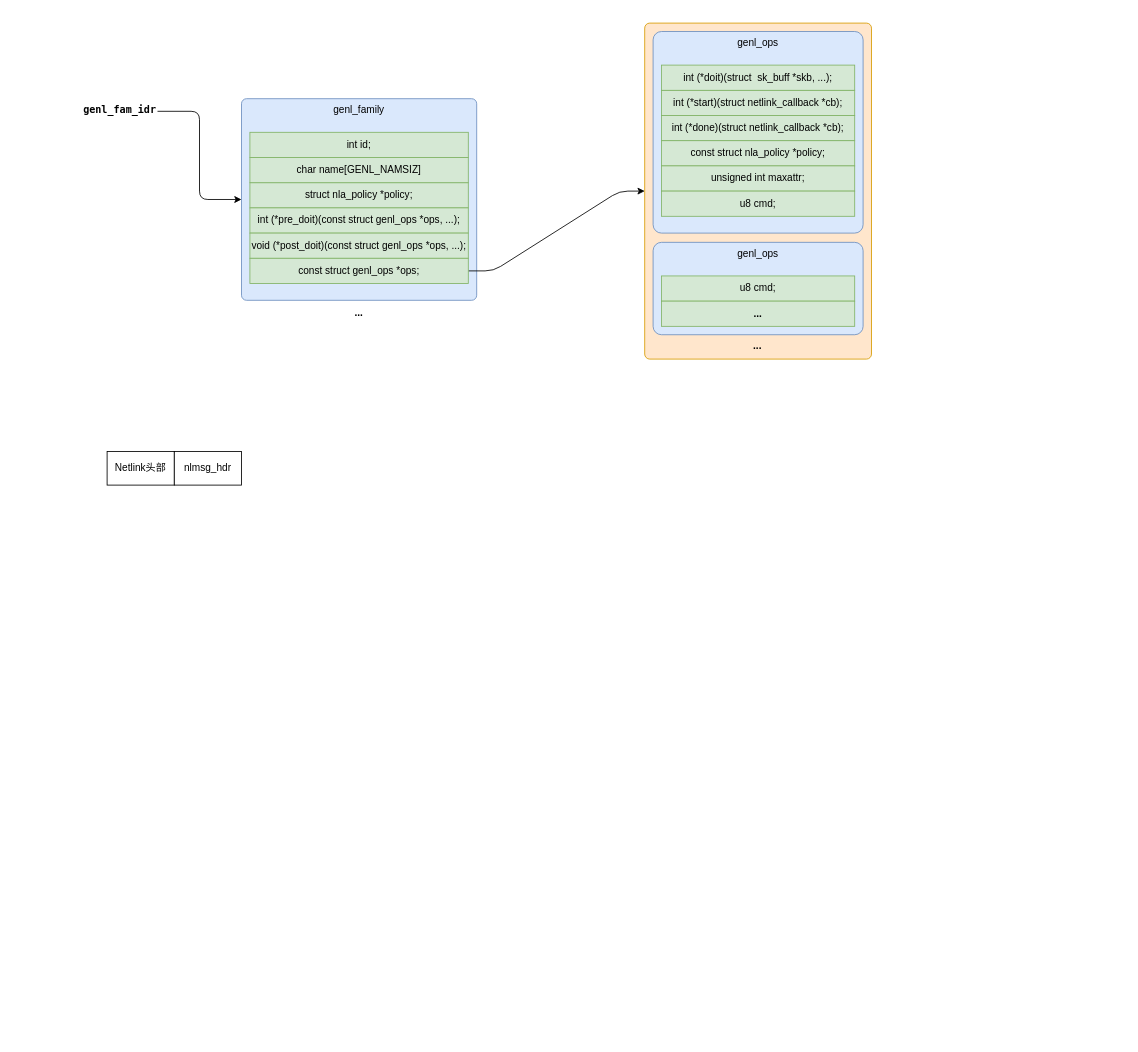
Earlier version of the draw.io diagram page "genl数据结构" (4 of 5) of Netlink.drawio (Aspiresky/draw.io). Source tidied: cells renumbered, new cells numbered last; positions are measured from the earlier drawing's top-left corner, leaving out a move shared by most shapes. Both pictures are drawn from the tidied source at 84%, with x=0, y=0 at pixel (81, 23).
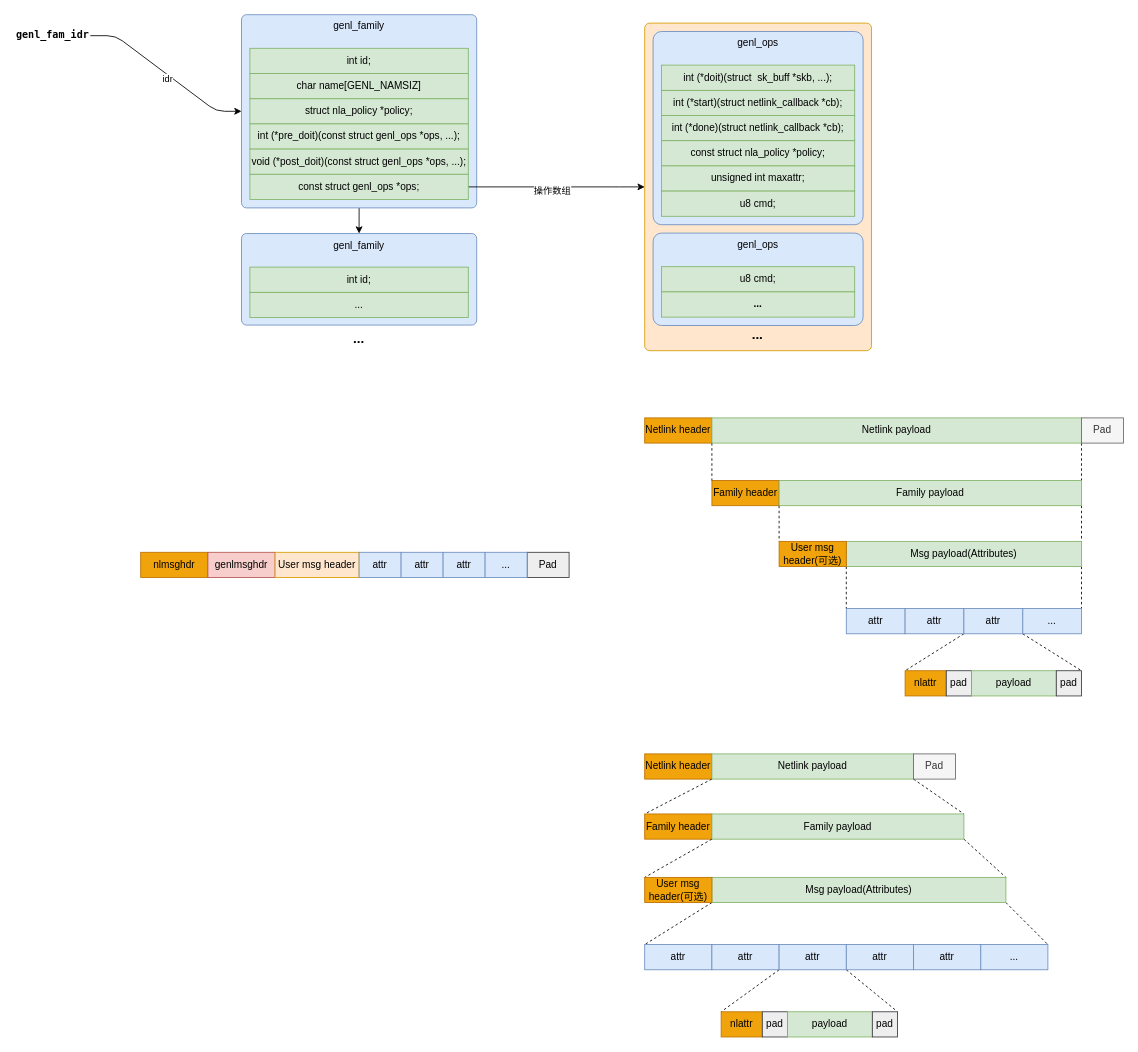
Above is the later version.

The change refers to these unchanged cells:
```xml
<mxCell id="6" style="edgeStyle=entityRelationEdgeStyle;rounded=1;jettySize=auto;html=1;exitX=1;exitY=0.5;exitDx=0;exitDy=0;entryX=0;entryY=0.5;entryDx=0;entryDy=0;" parent="1" edge="1" source="7" target="13">
  <mxGeometry relative="1" as="geometry" />
</mxCell>
```

Diff of the diagram source:
```diff
@@
+    <mxCell id="27" style="edgeStyle=none;rounded=0;jettySize=auto;html=1;exitX=0.5;exitY=1;exitDx=0;exitDy=0;entryX=0.5;entryY=0;entryDx=0;entryDy=0;" parent="1" edge="1" source="2" target="87">
+      <mxGeometry relative="1" as="geometry" />
+    </mxCell>
     <mxCell id="2" value="genl_family" style="rounded=1;whiteSpace=wrap;html=1;verticalAlign=top;arcSize=12;absoluteArcSize=1;fillColor=#dae8fc;strokeColor=#6c8ebf;" parent="1" vertex="1">
-      <mxGeometry x="190" y="90" width="280" height="240" as="geometry" />
+      <mxGeometry x="190" y="-10" width="280" height="230" as="geometry" />
     </mxCell>
     <mxCell id="3" value="struct nla_policy *policy;" style="rounded=0;whiteSpace=wrap;html=1;fillColor=#d5e8d4;strokeColor=#82b366;" parent="1" vertex="1">
-      <mxGeometry x="200" y="190" width="260" height="30" as="geometry" />
+      <mxGeometry x="200" y="90" width="260" height="30" as="geometry" />
     </mxCell>
     <mxCell id="4" value="int (*pre_doit)(const struct genl_ops *ops, ...);" style="rounded=0;whiteSpace=wrap;html=1;fillColor=#d5e8d4;strokeColor=#82b366;" parent="1" vertex="1">
-      <mxGeometry x="200" y="220" width="260" height="30" as="geometry" />
+      <mxGeometry x="200" y="120" width="260" height="30" as="geometry" />
     </mxCell>
     <mxCell id="5" value="void (*post_doit)(const struct genl_ops *ops, ...);" style="rounded=0;whiteSpace=wrap;html=1;fillColor=#d5e8d4;strokeColor=#82b366;" parent="1" vertex="1">
-      <mxGeometry x="200" y="250" width="260" height="30" as="geometry" />
+      <mxGeometry x="200" y="150" width="260" height="30" as="geometry" />
     </mxCell>
@@
+    <mxCell id="28" value="操作数组" style="edgeLabel;html=1;align=center;verticalAlign=middle;" parent="6" vertex="1">
+      <mxGeometry x="-0.06" y="-4" relative="1" as="geometry" />
+    </mxCell>
     <mxCell id="7" value="const struct genl_ops *ops;" style="rounded=0;whiteSpace=wrap;html=1;fillColor=#d5e8d4;strokeColor=#82b366;" parent="1" vertex="1">
-      <mxGeometry x="200" y="280" width="260" height="30" as="geometry" />
+      <mxGeometry x="200" y="180" width="260" height="30" as="geometry" />
     </mxCell>
     <mxCell id="8" value="char name[GENL_NAMSIZ]" style="rounded=0;whiteSpace=wrap;html=1;fillColor=#d5e8d4;strokeColor=#82b366;" parent="1" vertex="1">
-      <mxGeometry x="200" y="160" width="260" height="30" as="geometry" />
+      <mxGeometry x="200" y="60" width="260" height="30" as="geometry" />
     </mxCell>
     <mxCell id="9" value="int id;" style="rounded=0;whiteSpace=wrap;html=1;fillColor=#d5e8d4;strokeColor=#82b366;" parent="1" vertex="1">
-      <mxGeometry x="200" y="130" width="260" height="30" as="geometry" />
+      <mxGeometry x="200" y="30" width="260" height="30" as="geometry" />
     </mxCell>
-    <mxCell id="10" style="edgeStyle=orthogonalEdgeStyle;rounded=1;jettySize=auto;html=1;exitX=1;exitY=0.5;exitDx=0;exitDy=0;entryX=0;entryY=0.5;entryDx=0;entryDy=0;curved=0;" parent="1" edge="1" source="11" target="2">
+    <mxCell id="10" style="edgeStyle=entityRelationEdgeStyle;rounded=1;jettySize=auto;html=1;exitX=1;exitY=0.5;exitDx=0;exitDy=0;entryX=0;entryY=0.5;entryDx=0;entryDy=0;" parent="1" edge="1" source="11" target="2">
       <mxGeometry relative="1" as="geometry" />
     </mxCell>
+    <mxCell id="29" value="idr" style="edgeLabel;html=1;align=center;verticalAlign=middle;" parent="10" vertex="1">
+      <mxGeometry x="0.05" y="-5" relative="1" as="geometry">
+        <mxPoint y="-1" as="offset" />
+      </mxGeometry>
+    </mxCell>
     <mxCell id="11" value="genl_fam_idr" style="text;whiteSpace=wrap;fontStyle=1;fontFamily=Lucida Console;rounded=0;" parent="1" vertex="1">
-      <mxGeometry y="90" width="90" height="30" as="geometry" />
+      <mxGeometry x="-80" width="90" height="30" as="geometry" />
     </mxCell>
-    <mxCell id="12" value="..." style="rounded=0;whiteSpace=wrap;html=1;opacity=0;fontStyle=1;" parent="1" vertex="1">
-      <mxGeometry x="190" y="330" width="280" height="30" as="geometry" />
+    <mxCell id="12" value="..." style="rounded=0;whiteSpace=wrap;html=1;opacity=0;fontStyle=1;fontSize=16;" parent="1" vertex="1">
+      <mxGeometry x="190" y="360" width="280" height="30" as="geometry" />
     </mxCell>
     <mxCell id="13" style="rounded=1;whiteSpace=wrap;html=1;fillOpacity=100;strokeOpacity=100;arcSize=12;absoluteArcSize=1;fillColor=#ffe6cc;strokeColor=#d79b00;" parent="1" vertex="1">
-      <mxGeometry x="670" width="270" height="400" as="geometry" />
+      <mxGeometry x="670" width="270" height="390" as="geometry" />
     </mxCell>
     <mxCell id="14" value="genl_ops" style="rounded=1;whiteSpace=wrap;html=1;verticalAlign=top;absoluteArcSize=1;fillColor=#dae8fc;strokeColor=#6c8ebf;" parent="1" vertex="1">
-      <mxGeometry x="680" y="10" width="250" height="240" as="geometry" />
+      <mxGeometry x="680" y="10" width="250" height="230" as="geometry" />
     </mxCell>
@@
     <mxCell id="21" value="genl_ops" style="rounded=1;whiteSpace=wrap;html=1;verticalAlign=top;absoluteArcSize=1;fillColor=#dae8fc;strokeColor=#6c8ebf;" parent="1" vertex="1">
-      <mxGeometry x="680" y="261" width="250" height="110" as="geometry" />
+      <mxGeometry x="680" y="250" width="250" height="110" as="geometry" />
     </mxCell>
     <mxCell id="22" value="u8 cmd;" style="rounded=0;whiteSpace=wrap;html=1;fillColor=#d5e8d4;strokeColor=#82b366;" parent="1" vertex="1">
-      <mxGeometry x="690" y="301" width="230" height="30" as="geometry" />
+      <mxGeometry x="690" y="290" width="230" height="30" as="geometry" />
     </mxCell>
     <mxCell id="23" value="..." style="rounded=0;whiteSpace=wrap;html=1;fontStyle=1;fillColor=#d5e8d4;strokeColor=#82b366;" parent="1" vertex="1">
-      <mxGeometry x="690" y="331" width="230" height="30" as="geometry" />
+      <mxGeometry x="690" y="320" width="230" height="30" as="geometry" />
     </mxCell>
-    <mxCell id="24" value="..." style="rounded=0;whiteSpace=wrap;html=1;opacity=0;fontStyle=1;" parent="1" vertex="1">
-      <mxGeometry x="689" y="371" width="231" height="25" as="geometry" />
+    <mxCell id="24" value="..." style="rounded=0;whiteSpace=wrap;html=1;opacity=0;fontStyle=1;fontSize=16;" parent="1" vertex="1">
+      <mxGeometry x="689" y="360" width="231" height="20" as="geometry" />
     </mxCell>
-    <mxCell id="25" value="Netlink头部" style="rounded=0;whiteSpace=wrap;html=1;" parent="1" vertex="1">
-      <mxGeometry x="30" y="510" width="80" height="40" as="geometry" />
-    </mxCell>
-    <mxCell id="26" value="nlmsg_hdr" style="rounded=0;whiteSpace=wrap;html=1;" parent="1" vertex="1">
-      <mxGeometry x="110" y="510" width="80" height="40" as="geometry" />
-    </mxCell>
+    <mxCell id="30" value="Netlink header" style="rounded=0;whiteSpace=wrap;html=1;fillColor=#f0a30a;fontColor=#000000;strokeColor=#BD7000;" parent="1" vertex="1">
+      <mxGeometry x="670" y="870" width="80" height="30" as="geometry" />
+    </mxCell>
+    <mxCell id="31" value="Family header" style="rounded=0;whiteSpace=wrap;html=1;fillColor=#f0a30a;strokeColor=#BD7000;fontColor=#000000;" parent="1" vertex="1">
+      <mxGeometry x="670" y="941.5" width="80" height="30" as="geometry" />
+    </mxCell>
+    <mxCell id="32" style="edgeStyle=none;rounded=0;jettySize=auto;html=1;exitX=0;exitY=1;exitDx=0;exitDy=0;entryX=0;entryY=0;entryDx=0;entryDy=0;endArrow=none;endFill=0;dashed=1;" parent="1" edge="1" source="34" target="31">
+      <mxGeometry relative="1" as="geometry" />
+    </mxCell>
+    <mxCell id="33" style="edgeStyle=none;rounded=0;jettySize=auto;html=1;exitX=1;exitY=1;exitDx=0;exitDy=0;entryX=1;entryY=0;entryDx=0;entryDy=0;endArrow=none;endFill=0;dashed=1;" parent="1" edge="1" source="34" target="38">
+      <mxGeometry relative="1" as="geometry" />
+    </mxCell>
+    <mxCell id="34" value="Netlink payload" style="rounded=0;whiteSpace=wrap;html=1;fillColor=#d5e8d4;strokeColor=#82b366;" parent="1" vertex="1">
+      <mxGeometry x="750" y="870" width="240" height="30" as="geometry" />
+    </mxCell>
+    <mxCell id="35" value="Pad" style="rounded=0;whiteSpace=wrap;html=1;fillColor=#f5f5f5;fontColor=#333333;strokeColor=#666666;" parent="1" vertex="1">
+      <mxGeometry x="990" y="870" width="50" height="30" as="geometry" />
+    </mxCell>
+    <mxCell id="36" style="edgeStyle=none;rounded=0;jettySize=auto;html=1;exitX=0;exitY=1;exitDx=0;exitDy=0;entryX=0;entryY=0;entryDx=0;entryDy=0;endArrow=none;endFill=0;dashed=1;" parent="1" edge="1" source="38" target="42">
+      <mxGeometry relative="1" as="geometry" />
+    </mxCell>
+    <mxCell id="37" style="edgeStyle=none;rounded=0;jettySize=auto;html=1;exitX=1;exitY=1;exitDx=0;exitDy=0;entryX=1;entryY=0;entryDx=0;entryDy=0;endArrow=none;endFill=0;dashed=1;" parent="1" edge="1" source="38" target="41">
+      <mxGeometry relative="1" as="geometry" />
+    </mxCell>
+    <mxCell id="38" value="Family payload" style="rounded=0;whiteSpace=wrap;html=1;fillColor=#d5e8d4;strokeColor=#82b366;" parent="1" vertex="1">
+      <mxGeometry x="750" y="941.5" width="300" height="30" as="geometry" />
+    </mxCell>
+    <mxCell id="39" style="edgeStyle=none;rounded=0;jettySize=auto;html=1;exitX=0;exitY=1;exitDx=0;exitDy=0;entryX=0;entryY=0;entryDx=0;entryDy=0;endArrow=none;endFill=0;dashed=1;" parent="1" edge="1" source="41" target="44">
+      <mxGeometry relative="1" as="geometry" />
+    </mxCell>
+    <mxCell id="40" style="edgeStyle=none;rounded=0;jettySize=auto;html=1;exitX=1;exitY=1;exitDx=0;exitDy=0;entryX=1;entryY=0;entryDx=0;entryDy=0;endArrow=none;endFill=0;dashed=1;" parent="1" edge="1" source="41" target="49">
+      <mxGeometry relative="1" as="geometry" />
+    </mxCell>
+    <mxCell id="41" value="Msg payload(Attributes)" style="rounded=0;whiteSpace=wrap;html=1;fillColor=#d5e8d4;strokeColor=#82b366;" parent="1" vertex="1">
+      <mxGeometry x="750" y="1017" width="350" height="30" as="geometry" />
+    </mxCell>
+    <mxCell id="42" value="User msg&lt;br&gt;header(可选)" style="rounded=0;whiteSpace=wrap;html=1;fillColor=#f0a30a;fontColor=#000000;strokeColor=#BD7000;" parent="1" vertex="1">
+      <mxGeometry x="670" y="1017" width="80" height="30" as="geometry" />
+    </mxCell>
+    <mxCell id="43" style="edgeStyle=none;rounded=0;jettySize=auto;html=1;exitX=1;exitY=1;exitDx=0;exitDy=0;entryX=0;entryY=0;entryDx=0;entryDy=0;endArrow=none;endFill=0;dashed=1;" parent="1" edge="1" source="46" target="50">
+      <mxGeometry relative="1" as="geometry" />
+    </mxCell>
+    <mxCell id="44" value="attr" style="rounded=0;whiteSpace=wrap;html=1;fillColor=#dae8fc;strokeColor=#6c8ebf;" parent="1" vertex="1">
+      <mxGeometry x="670" y="1097" width="80" height="30" as="geometry" />
+    </mxCell>
+    <mxCell id="45" style="edgeStyle=none;rounded=0;jettySize=auto;html=1;exitX=1;exitY=1;exitDx=0;exitDy=0;entryX=1;entryY=0;entryDx=0;entryDy=0;endArrow=none;endFill=0;dashed=1;" parent="1" edge="1" source="47" target="54">
+      <mxGeometry relative="1" as="geometry" />
+    </mxCell>
+    <mxCell id="46" value="attr" style="rounded=0;whiteSpace=wrap;html=1;fillColor=#dae8fc;strokeColor=#6c8ebf;" parent="1" vertex="1">
+      <mxGeometry x="750" y="1097" width="80" height="30" as="geometry" />
+    </mxCell>
+    <mxCell id="47" value="attr" style="rounded=0;whiteSpace=wrap;html=1;fillColor=#dae8fc;strokeColor=#6c8ebf;" parent="1" vertex="1">
+      <mxGeometry x="830" y="1097" width="80" height="30" as="geometry" />
+    </mxCell>
+    <mxCell id="48" value="attr" style="rounded=0;whiteSpace=wrap;html=1;fillColor=#dae8fc;strokeColor=#6c8ebf;" parent="1" vertex="1">
+      <mxGeometry x="910" y="1097" width="80" height="30" as="geometry" />
+    </mxCell>
+    <mxCell id="49" value="..." style="rounded=0;whiteSpace=wrap;html=1;fillColor=#dae8fc;strokeColor=#6c8ebf;" parent="1" vertex="1">
+      <mxGeometry x="1070" y="1097" width="80" height="30" as="geometry" />
+    </mxCell>
+    <mxCell id="50" value="nlattr" style="rounded=0;whiteSpace=wrap;html=1;fillColor=#f0a30a;strokeColor=#BD7000;fontColor=#000000;" parent="1" vertex="1">
+      <mxGeometry x="761" y="1177" width="49" height="30" as="geometry" />
+    </mxCell>
+    <mxCell id="51" value="pad" style="rounded=0;whiteSpace=wrap;html=1;fillColor=#eeeeee;strokeColor=#36393d;" parent="1" vertex="1">
+      <mxGeometry x="810" y="1177" width="30" height="30" as="geometry" />
+    </mxCell>
+    <mxCell id="52" value="payload" style="rounded=0;whiteSpace=wrap;html=1;fillColor=#d5e8d4;strokeColor=#82b366;" parent="1" vertex="1">
+      <mxGeometry x="840" y="1177" width="101" height="30" as="geometry" />
+    </mxCell>
+    <mxCell id="53" style="edgeStyle=none;rounded=0;jettySize=auto;html=1;" parent="1" edge="1" source="54" target="52">
+      <mxGeometry relative="1" as="geometry" />
+    </mxCell>
+    <mxCell id="54" value="pad" style="rounded=0;whiteSpace=wrap;html=1;fillColor=#eeeeee;strokeColor=#36393d;" parent="1" vertex="1">
+      <mxGeometry x="941" y="1177" width="30" height="30" as="geometry" />
+    </mxCell>
+    <mxCell id="55" value="attr" style="rounded=0;whiteSpace=wrap;html=1;fillColor=#dae8fc;strokeColor=#6c8ebf;" parent="1" vertex="1">
+      <mxGeometry x="990" y="1097" width="80" height="30" as="geometry" />
+    </mxCell>
+    <mxCell id="56" value="nlmsghdr" style="rounded=0;whiteSpace=wrap;html=1;fillColor=#f0a30a;fontColor=#000000;strokeColor=#BD7000;" parent="1" vertex="1">
+      <mxGeometry x="70" y="630" width="80" height="30" as="geometry" />
+    </mxCell>
+    <mxCell id="57" value="genlmsghdr" style="rounded=0;whiteSpace=wrap;html=1;fillColor=#f8cecc;strokeColor=#b85450;" parent="1" vertex="1">
+      <mxGeometry x="150" y="630" width="80" height="30" as="geometry" />
+    </mxCell>
+    <mxCell id="58" value="Pad" style="rounded=0;whiteSpace=wrap;html=1;fillColor=#eeeeee;strokeColor=#36393d;" parent="1" vertex="1">
+      <mxGeometry x="530" y="630" width="50" height="30" as="geometry" />
+    </mxCell>
+    <mxCell id="59" value="User msg header" style="rounded=0;whiteSpace=wrap;html=1;fillColor=#ffe6cc;strokeColor=#d79b00;" parent="1" vertex="1">
+      <mxGeometry x="230" y="630" width="100" height="30" as="geometry" />
+    </mxCell>
+    <mxCell id="60" value="attr" style="rounded=0;whiteSpace=wrap;html=1;fillColor=#dae8fc;strokeColor=#6c8ebf;" parent="1" vertex="1">
+      <mxGeometry x="330" y="630" width="50" height="30" as="geometry" />
+    </mxCell>
+    <mxCell id="61" value="attr" style="rounded=0;whiteSpace=wrap;html=1;fillColor=#dae8fc;strokeColor=#6c8ebf;" parent="1" vertex="1">
+      <mxGeometry x="380" y="630" width="50" height="30" as="geometry" />
+    </mxCell>
+    <mxCell id="62" value="attr" style="rounded=0;whiteSpace=wrap;html=1;fillColor=#dae8fc;strokeColor=#6c8ebf;" parent="1" vertex="1">
+      <mxGeometry x="430" y="630" width="50" height="30" as="geometry" />
+    </mxCell>
+    <mxCell id="63" value="..." style="rounded=0;whiteSpace=wrap;html=1;fillColor=#dae8fc;strokeColor=#6c8ebf;" parent="1" vertex="1">
+      <mxGeometry x="480" y="630" width="50" height="30" as="geometry" />
+    </mxCell>
+    <mxCell id="64" value="Netlink header" style="rounded=0;whiteSpace=wrap;html=1;fillColor=#f0a30a;fontColor=#000000;strokeColor=#BD7000;" parent="1" vertex="1">
+      <mxGeometry x="670" y="470" width="80" height="30" as="geometry" />
+    </mxCell>
+    <mxCell id="65" value="Family header" style="rounded=0;whiteSpace=wrap;html=1;fillColor=#f0a30a;strokeColor=#BD7000;fontColor=#000000;" parent="1" vertex="1">
+      <mxGeometry x="750" y="544.5" width="80" height="30" as="geometry" />
+    </mxCell>
+    <mxCell id="66" style="edgeStyle=none;rounded=0;jettySize=auto;html=1;exitX=0;exitY=1;exitDx=0;exitDy=0;entryX=0;entryY=0;entryDx=0;entryDy=0;endArrow=none;endFill=0;dashed=1;" parent="1" edge="1" source="68" target="65">
+      <mxGeometry relative="1" as="geometry" />
+    </mxCell>
+    <mxCell id="67" style="edgeStyle=none;rounded=0;jettySize=auto;html=1;exitX=1;exitY=1;exitDx=0;exitDy=0;entryX=1;entryY=0;entryDx=0;entryDy=0;endArrow=none;endFill=0;dashed=1;" parent="1" edge="1" source="68" target="72">
+      <mxGeometry relative="1" as="geometry" />
+    </mxCell>
+    <mxCell id="68" value="Netlink payload" style="rounded=0;whiteSpace=wrap;html=1;fillColor=#d5e8d4;strokeColor=#82b366;" parent="1" vertex="1">
+      <mxGeometry x="750" y="470" width="440" height="30" as="geometry" />
+    </mxCell>
+    <mxCell id="69" value="Pad" style="rounded=0;whiteSpace=wrap;html=1;fillColor=#f5f5f5;fontColor=#333333;strokeColor=#666666;" parent="1" vertex="1">
+      <mxGeometry x="1190" y="470" width="50" height="30" as="geometry" />
+    </mxCell>
+    <mxCell id="70" style="edgeStyle=none;rounded=0;jettySize=auto;html=1;exitX=0;exitY=1;exitDx=0;exitDy=0;entryX=0;entryY=0;entryDx=0;entryDy=0;endArrow=none;endFill=0;dashed=1;" parent="1" edge="1" source="72" target="76">
+      <mxGeometry relative="1" as="geometry" />
+    </mxCell>
+    <mxCell id="71" style="edgeStyle=none;rounded=0;jettySize=auto;html=1;exitX=1;exitY=1;exitDx=0;exitDy=0;entryX=1;entryY=0;entryDx=0;entryDy=0;endArrow=none;endFill=0;dashed=1;" parent="1" edge="1" source="72" target="75">
+      <mxGeometry relative="1" as="geometry" />
+    </mxCell>
+    <mxCell id="72" value="Family payload" style="rounded=0;whiteSpace=wrap;html=1;fillColor=#d5e8d4;strokeColor=#82b366;" parent="1" vertex="1">
+      <mxGeometry x="830" y="544.5" width="360" height="30" as="geometry" />
+    </mxCell>
+    <mxCell id="73" style="edgeStyle=none;rounded=0;jettySize=auto;html=1;exitX=0;exitY=1;exitDx=0;exitDy=0;entryX=0;entryY=0;entryDx=0;entryDy=0;endArrow=none;endFill=0;dashed=1;" parent="1" edge="1" source="75" target="78">
+      <mxGeometry relative="1" as="geometry" />
+    </mxCell>
+    <mxCell id="74" style="edgeStyle=none;rounded=0;jettySize=auto;html=1;exitX=1;exitY=1;exitDx=0;exitDy=0;entryX=1;entryY=0;entryDx=0;entryDy=0;endArrow=none;endFill=0;dashed=1;" parent="1" edge="1" source="75" target="81">
+      <mxGeometry relative="1" as="geometry" />
+    </mxCell>
+    <mxCell id="75" value="Msg payload(Attributes)" style="rounded=0;whiteSpace=wrap;html=1;fillColor=#d5e8d4;strokeColor=#82b366;" parent="1" vertex="1">
+      <mxGeometry x="910" y="617" width="280" height="30" as="geometry" />
+    </mxCell>
+    <mxCell id="76" value="User msg&lt;br&gt;header(可选)" style="rounded=0;whiteSpace=wrap;html=1;fillColor=#f0a30a;fontColor=#000000;strokeColor=#BD7000;" parent="1" vertex="1">
+      <mxGeometry x="830" y="617" width="80" height="30" as="geometry" />
+    </mxCell>
+    <mxCell id="77" style="edgeStyle=none;rounded=0;jettySize=auto;html=1;exitX=1;exitY=1;exitDx=0;exitDy=0;entryX=0;entryY=0;entryDx=0;entryDy=0;endArrow=none;endFill=0;dashed=1;" parent="1" edge="1" source="80" target="82">
+      <mxGeometry relative="1" as="geometry" />
+    </mxCell>
+    <mxCell id="78" value="attr" style="rounded=0;whiteSpace=wrap;html=1;fillColor=#dae8fc;strokeColor=#6c8ebf;" parent="1" vertex="1">
+      <mxGeometry x="910" y="697" width="70" height="30" as="geometry" />
+    </mxCell>
+    <mxCell id="79" style="edgeStyle=none;rounded=0;jettySize=auto;html=1;exitX=1;exitY=1;exitDx=0;exitDy=0;entryX=1;entryY=0;entryDx=0;entryDy=0;endArrow=none;endFill=0;dashed=1;" parent="1" edge="1" source="86" target="85">
+      <mxGeometry relative="1" as="geometry" />
+    </mxCell>
+    <mxCell id="80" value="attr" style="rounded=0;whiteSpace=wrap;html=1;fillColor=#dae8fc;strokeColor=#6c8ebf;" parent="1" vertex="1">
+      <mxGeometry x="980" y="697" width="70" height="30" as="geometry" />
+    </mxCell>
+    <mxCell id="81" value="..." style="rounded=0;whiteSpace=wrap;html=1;fillColor=#dae8fc;strokeColor=#6c8ebf;" parent="1" vertex="1">
+      <mxGeometry x="1120" y="697" width="70" height="30" as="geometry" />
+    </mxCell>
+    <mxCell id="82" value="nlattr" style="rounded=0;whiteSpace=wrap;html=1;fillColor=#f0a30a;strokeColor=#BD7000;fontColor=#000000;" parent="1" vertex="1">
+      <mxGeometry x="980" y="771" width="49" height="30" as="geometry" />
+    </mxCell>
+    <mxCell id="83" value="pad" style="rounded=0;whiteSpace=wrap;html=1;fillColor=#eeeeee;strokeColor=#36393d;" parent="1" vertex="1">
+      <mxGeometry x="1029" y="771" width="30" height="30" as="geometry" />
+    </mxCell>
+    <mxCell id="84" value="payload" style="rounded=0;whiteSpace=wrap;html=1;fillColor=#d5e8d4;strokeColor=#82b366;" parent="1" vertex="1">
+      <mxGeometry x="1059" y="771" width="101" height="30" as="geometry" />
+    </mxCell>
+    <mxCell id="85" value="pad" style="rounded=0;whiteSpace=wrap;html=1;fillColor=#eeeeee;strokeColor=#36393d;" parent="1" vertex="1">
+      <mxGeometry x="1160" y="771" width="30" height="30" as="geometry" />
+    </mxCell>
+    <mxCell id="86" value="attr" style="rounded=0;whiteSpace=wrap;html=1;fillColor=#dae8fc;strokeColor=#6c8ebf;" parent="1" vertex="1">
+      <mxGeometry x="1050" y="697" width="70" height="30" as="geometry" />
+    </mxCell>
+    <mxCell id="87" value="genl_family" style="rounded=1;whiteSpace=wrap;html=1;verticalAlign=top;arcSize=12;absoluteArcSize=1;fillColor=#dae8fc;strokeColor=#6c8ebf;" parent="1" vertex="1">
+      <mxGeometry x="190" y="250.5" width="280" height="109" as="geometry" />
+    </mxCell>
+    <mxCell id="88" value="..." style="rounded=0;whiteSpace=wrap;html=1;fillColor=#d5e8d4;strokeColor=#82b366;" parent="1" vertex="1">
+      <mxGeometry x="200" y="320.5" width="260" height="30" as="geometry" />
+    </mxCell>
+    <mxCell id="89" value="int id;" style="rounded=0;whiteSpace=wrap;html=1;fillColor=#d5e8d4;strokeColor=#82b366;" parent="1" vertex="1">
+      <mxGeometry x="200" y="290.5" width="260" height="30" as="geometry" />
+    </mxCell>
```
